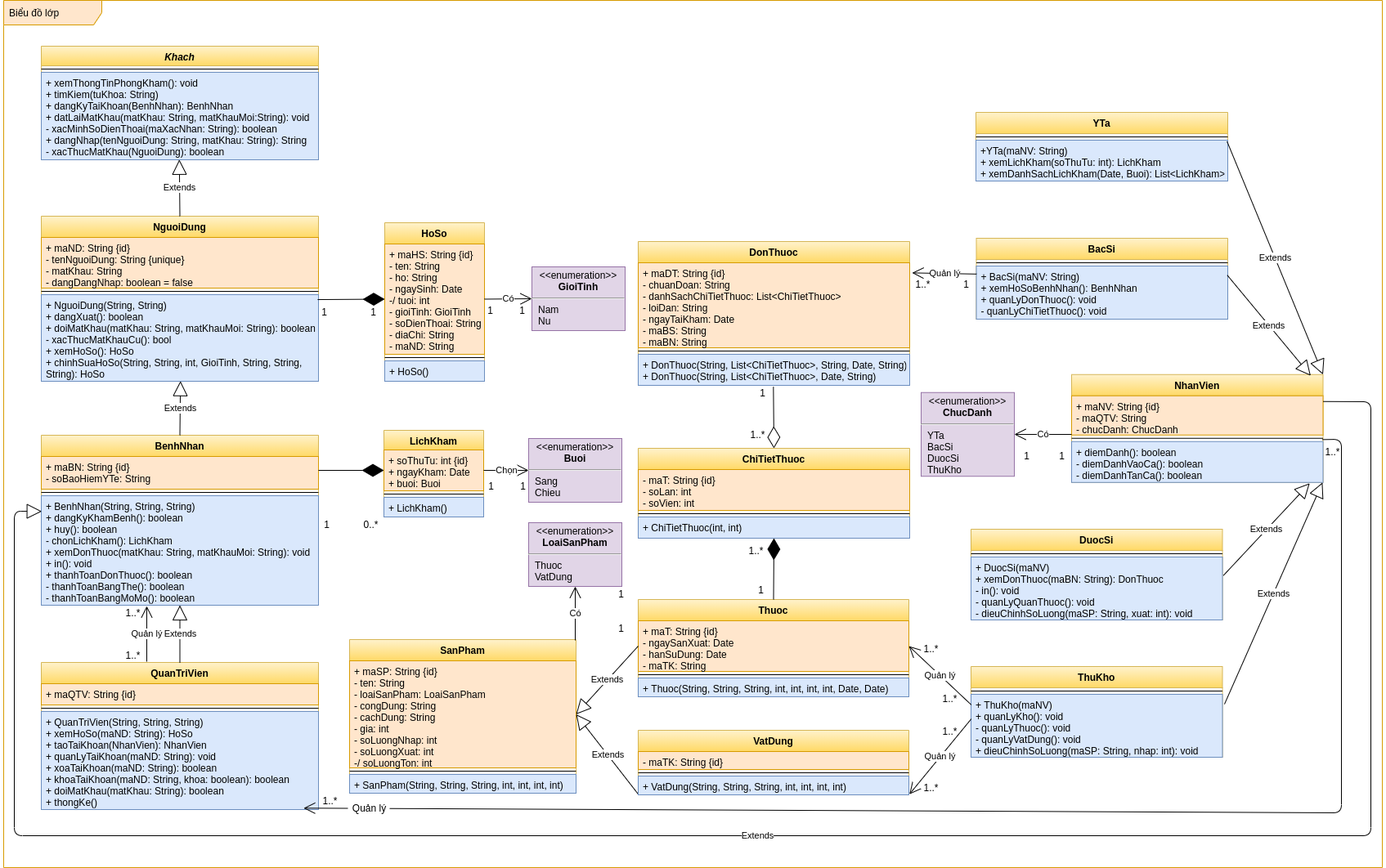
The draw.io diagram images/Class Diagram.png in luclegen/medicine16, before a commit. Source tidied: cells renumbered, new cells last; positions are measured from the earlier drawing's top-left corner, leaving out a move shared by most shapes.
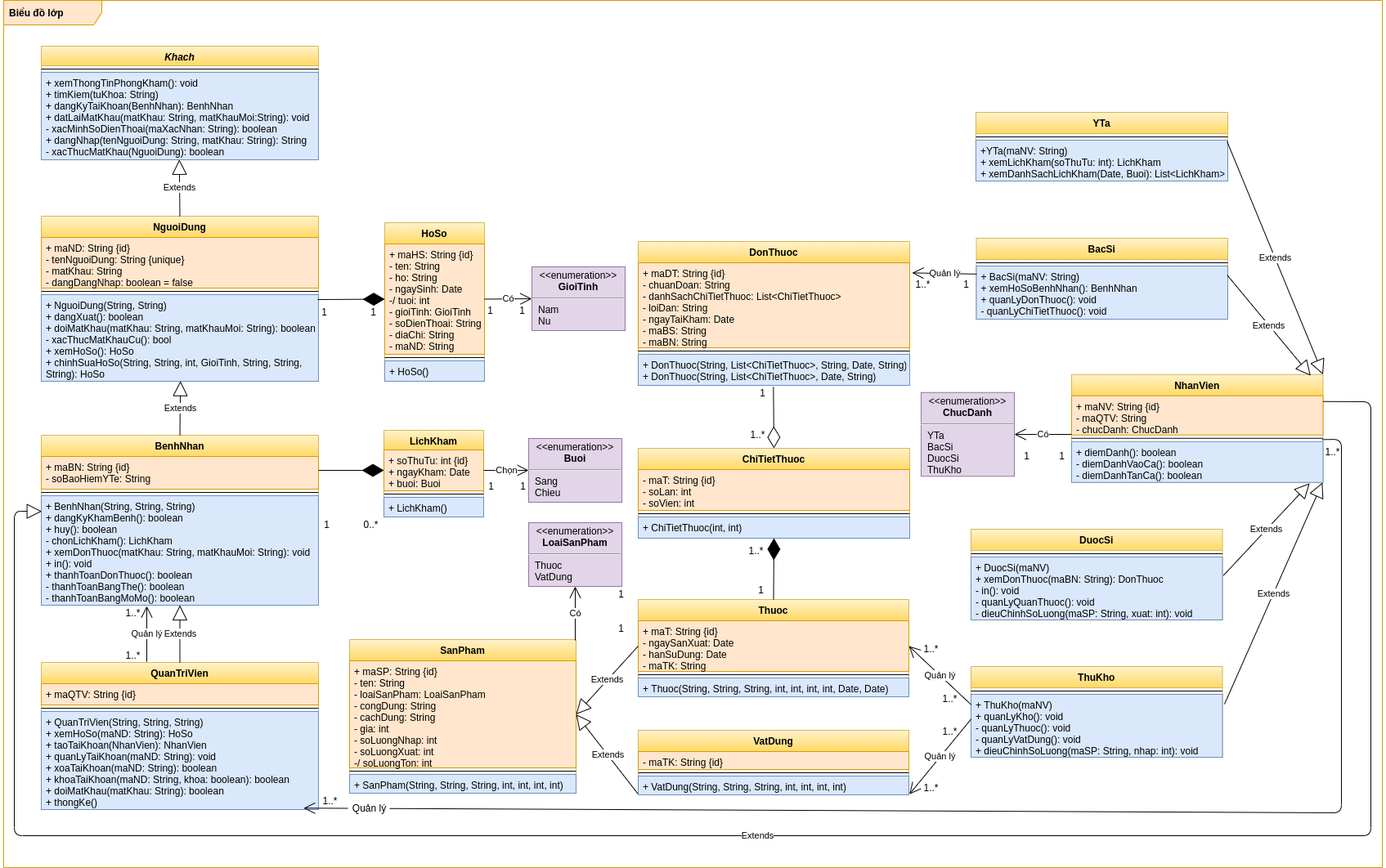
The same file after the commit.

Commit message:
Update Class Diagram

What changed in the source:
```diff
@@ -2,7 +2,7 @@
   <root>
     <mxCell id="0" />
     <mxCell id="1" parent="0" />
-    <mxCell id="2" value="Biểu đồ lớp" style="shape=umlFrame;whiteSpace=wrap;html=1;width=120;height=30;boundedLbl=1;verticalAlign=middle;align=left;spacingLeft=5;fillColor=#ffe6cc;strokeColor=#d79b00;swimlaneFillColor=#FFFFFF;" parent="1" vertex="1">
+    <mxCell id="2" value="Biểu đồ lớp" style="shape=umlFrame;whiteSpace=wrap;html=1;width=120;height=30;boundedLbl=1;verticalAlign=middle;align=left;spacingLeft=5;fillColor=#ffe6cc;strokeColor=#d79b00;swimlaneFillColor=#FFFFFF;fontStyle=1;" parent="1" vertex="1">
       <mxGeometry width="1686" height="1061" as="geometry" />
     </mxCell>
     <mxCell id="3" value="Khach" style="swimlane;fontStyle=3;align=center;verticalAlign=top;horizontal=1;startSize=24;fillColor=#fff2cc;strokeColor=#d6b656;gradientColor=#ffd966;" parent="1" vertex="1">
```
